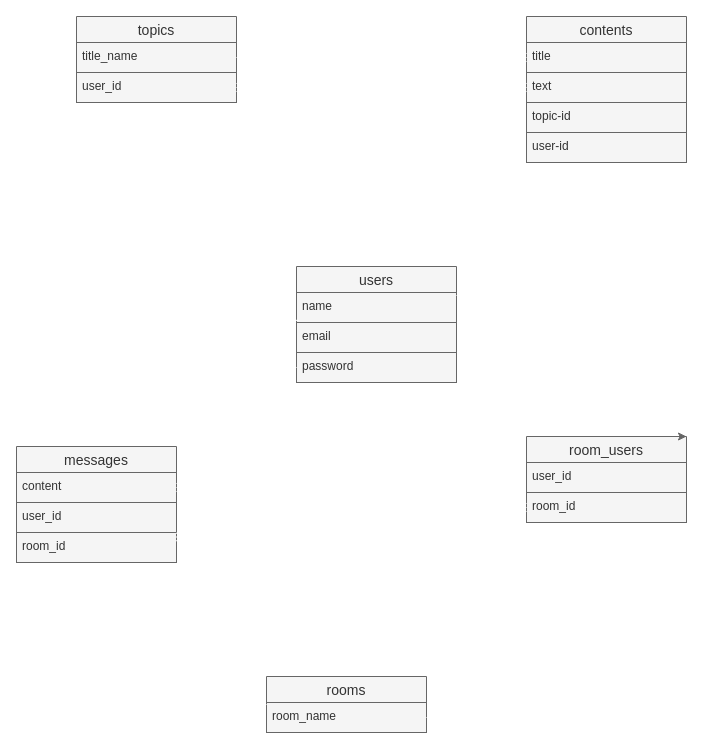
The draw.io diagram Er.dio in ishsho/contact_n, before the edit. Source tidied: cells renumbered, new cells numbered last; positions are measured from the earlier drawing's top-left corner, leaving out a move shared by most shapes. Both pictures are drawn from the tidied source at 100%, with x=0, y=0 at pixel (16, 16).
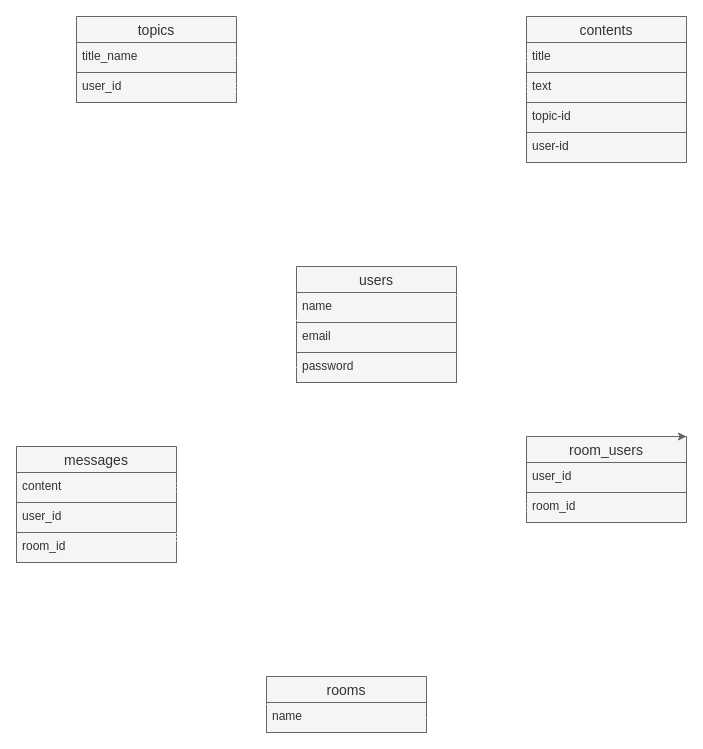
Above is the later version.

The change refers to these unchanged cells:
```xml
<mxCell id="21" value="rooms" style="swimlane;fontStyle=0;horizontal=1;startSize=26;align=center;fontSize=14;fillColor=#f5f5f5;fontColor=#333333;strokeColor=#666666;" parent="1" vertex="1">
  <mxGeometry x="250" y="660" width="160" height="56" as="geometry" />
</mxCell>
```

Change to the diagram source:
```diff
@@
-    <mxCell id="22" value="room_name" style="text;strokeColor=#666666;fillColor=#f5f5f5;spacingLeft=4;spacingRight=4;overflow=hidden;points=[[0,0.5],[1,0.5]];portConstraint=eastwest;fontSize=12;fontColor=#333333;" parent="21" vertex="1">
+    <mxCell id="22" value="name" style="text;strokeColor=#666666;fillColor=#f5f5f5;spacingLeft=4;spacingRight=4;overflow=hidden;points=[[0,0.5],[1,0.5]];portConstraint=eastwest;fontSize=12;fontColor=#333333;" parent="21" vertex="1">
       <mxGeometry y="26" width="160" height="30" as="geometry" />
     </mxCell>
```
